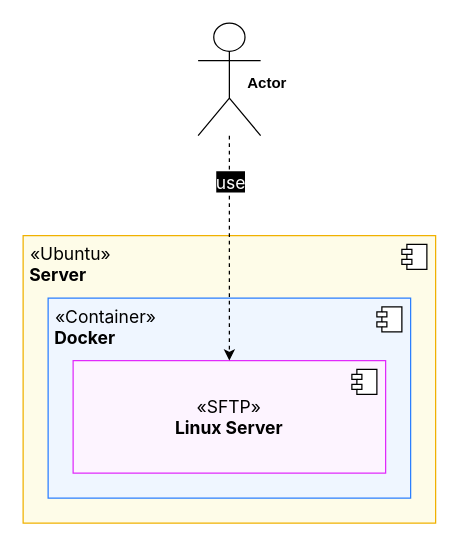
This is page "server_sftp-introduction" (1 of 3) of DATA_STREET/DATA_STREET.drawio from TrulyDigital/project-documentation, a draw.io file, before an edit. Source tidied: cells renumbered, new cells numbered last; positions are measured from the earlier drawing's top-left corner, leaving out a move shared by most shapes. Both pictures are drawn from the tidied source at 125%, with x=0, y=0 at pixel (22, 22).
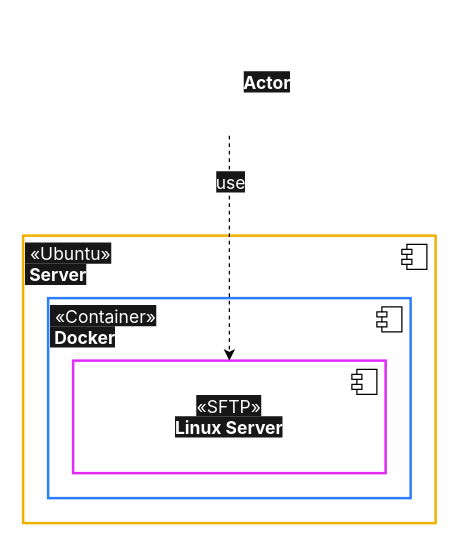
Above is the later version.

Diff of the diagram source:
```diff
@@
 <mxGraphModel>
   <root>
     <mxCell id="0" />
     <mxCell id="1" parent="0" />
-    <mxCell id="2" value="&amp;nbsp;«Ubuntu»&lt;br&gt;&lt;b&gt;&amp;nbsp;Server&lt;/b&gt;" style="html=1;whiteSpace=wrap;align=left;verticalAlign=top;fillColor=light-dark(#FEFCE8,#FEFCE8);fontFamily=Inter;strokeColor=#F0B100;fontSize=14;" parent="1" vertex="1">
+    <mxCell id="2" value="&lt;span style=&quot;background-color: rgb(23, 23, 23);&quot;&gt;&amp;nbsp;«Ubuntu»&lt;br&gt;&lt;b style=&quot;&quot;&gt;&amp;nbsp;Server&lt;/b&gt;&lt;/span&gt;" style="html=1;whiteSpace=wrap;align=left;verticalAlign=top;fillColor=none;fontFamily=Inter;strokeColor=#F0B100;fontSize=14;strokeWidth=2;fontColor=#FFFFFF;" parent="1" vertex="1">
       <mxGeometry y="170" width="330" height="230" as="geometry" />
     </mxCell>
     <mxCell id="3" style="shape=module;jettyWidth=8;jettyHeight=4;fontFamily=Inter;fontSize=14;" parent="2" vertex="1">
       <mxGeometry x="1" width="20" height="20" relative="1" as="geometry">
         <mxPoint x="-27" y="7" as="offset" />
       </mxGeometry>
     </mxCell>
-    <mxCell id="4" value="&amp;nbsp;«Container»&lt;br&gt;&lt;b&gt;&amp;nbsp;Docker&lt;/b&gt;" style="html=1;whiteSpace=wrap;align=left;verticalAlign=top;fillColor=#EFF6FF;fontFamily=Inter;strokeColor=#2B7FFF;fontSize=14;" parent="1" vertex="1">
+    <mxCell id="4" value="&lt;font style=&quot;color: rgb(255, 255, 255); background-color: rgb(23, 23, 23);&quot;&gt;&amp;nbsp;«Container»&lt;br&gt;&lt;b style=&quot;&quot;&gt;&amp;nbsp;Docker&lt;/b&gt;&lt;/font&gt;" style="html=1;whiteSpace=wrap;align=left;verticalAlign=top;fillColor=none;fontFamily=Inter;strokeColor=#2B7FFF;fontSize=14;strokeWidth=2;" parent="1" vertex="1">
       <mxGeometry x="20" y="220" width="290" height="160" as="geometry" />
     </mxCell>
     <mxCell id="5" style="shape=module;jettyWidth=8;jettyHeight=4;fontFamily=Inter;fontSize=14;" parent="4" vertex="1">
       <mxGeometry x="1" width="20" height="20" relative="1" as="geometry">
         <mxPoint x="-27" y="7" as="offset" />
       </mxGeometry>
     </mxCell>
-    <mxCell id="6" value="«SFTP»&lt;br&gt;&lt;b&gt;Linux Server&lt;/b&gt;" style="html=1;whiteSpace=wrap;align=center;verticalAlign=middle;fillColor=#FDF4FF;fontFamily=Inter;strokeColor=#E12AFB;fontSize=14;" parent="1" vertex="1">
+    <mxCell id="6" value="&lt;font style=&quot;color: rgb(255, 255, 255); background-color: rgb(23, 23, 23);&quot;&gt;«SFTP»&lt;br&gt;&lt;b style=&quot;&quot;&gt;Linux Server&lt;/b&gt;&lt;/font&gt;" style="html=1;whiteSpace=wrap;align=center;verticalAlign=middle;fillColor=none;fontFamily=Inter;strokeColor=#E12AFB;fontSize=14;strokeWidth=2;" parent="1" vertex="1">
       <mxGeometry x="40" y="270" width="250" height="90" as="geometry" />
     </mxCell>
     <mxCell id="7" style="shape=module;jettyWidth=8;jettyHeight=4;fontFamily=Inter;fontSize=14;" parent="6" vertex="1">
       <mxGeometry x="1" width="20" height="20" relative="1" as="geometry">
         <mxPoint x="-27" y="7" as="offset" />
       </mxGeometry>
     </mxCell>
     <mxCell id="8" style="edgeStyle=orthogonalEdgeStyle;rounded=0;jettySize=auto;html=1;dashed=1;" parent="1" edge="1" source="10" target="6">
       <mxGeometry relative="1" as="geometry">
         <Array as="points">
           <mxPoint x="165" y="180" />
           <mxPoint x="165" y="180" />
         </Array>
       </mxGeometry>
     </mxCell>
-    <mxCell id="9" value="&lt;span style=&quot;background-color: rgb(0, 0, 0);&quot;&gt;&lt;font style=&quot;color: rgb(255, 255, 255);&quot;&gt;use&lt;/font&gt;&lt;/span&gt;" style="edgeLabel;html=1;align=center;verticalAlign=middle;fontFamily=Inter;fontSize=14;" parent="8" vertex="1">
+    <mxCell id="9" value="&lt;span style=&quot;background-color: rgb(23, 23, 23);&quot;&gt;&lt;font style=&quot;color: rgb(255, 255, 255);&quot;&gt;use&lt;/font&gt;&lt;/span&gt;" style="edgeLabel;html=1;align=center;verticalAlign=middle;fontFamily=Inter;fontSize=14;" parent="8" vertex="1">
       <mxGeometry x="-0.36" y="-1" relative="1" as="geometry">
         <mxPoint x="1" y="-21" as="offset" />
       </mxGeometry>
     </mxCell>
-    <mxCell id="10" style="shape=umlActor;verticalLabelPosition=bottom;verticalAlign=top;html=1;" parent="1" vertex="1">
+    <mxCell id="10" style="shape=umlActor;verticalLabelPosition=bottom;verticalAlign=top;html=1;strokeWidth=2;strokeColor=#FFFFFF;" parent="1" vertex="1">
       <mxGeometry x="140" width="50" height="90" as="geometry" />
     </mxCell>
-    <mxCell id="11" value="Actor" style="text;align=center;fontStyle=1;verticalAlign=middle;spacingLeft=3;spacingRight=3;strokeColor=none;html=1;" parent="1" vertex="1">
+    <mxCell id="11" value="&lt;font face=&quot;Inter&quot; style=&quot;color: rgb(255, 255, 255); background-color: rgb(23, 23, 23); font-size: 14px;&quot;&gt;Actor&lt;/font&gt;" style="text;align=center;fontStyle=1;verticalAlign=middle;spacingLeft=3;spacingRight=3;strokeColor=none;html=1;" parent="1" vertex="1">
       <mxGeometry x="155" y="35" width="80" height="26" as="geometry" />
     </mxCell>
   </root>
 </mxGraphModel>
```
